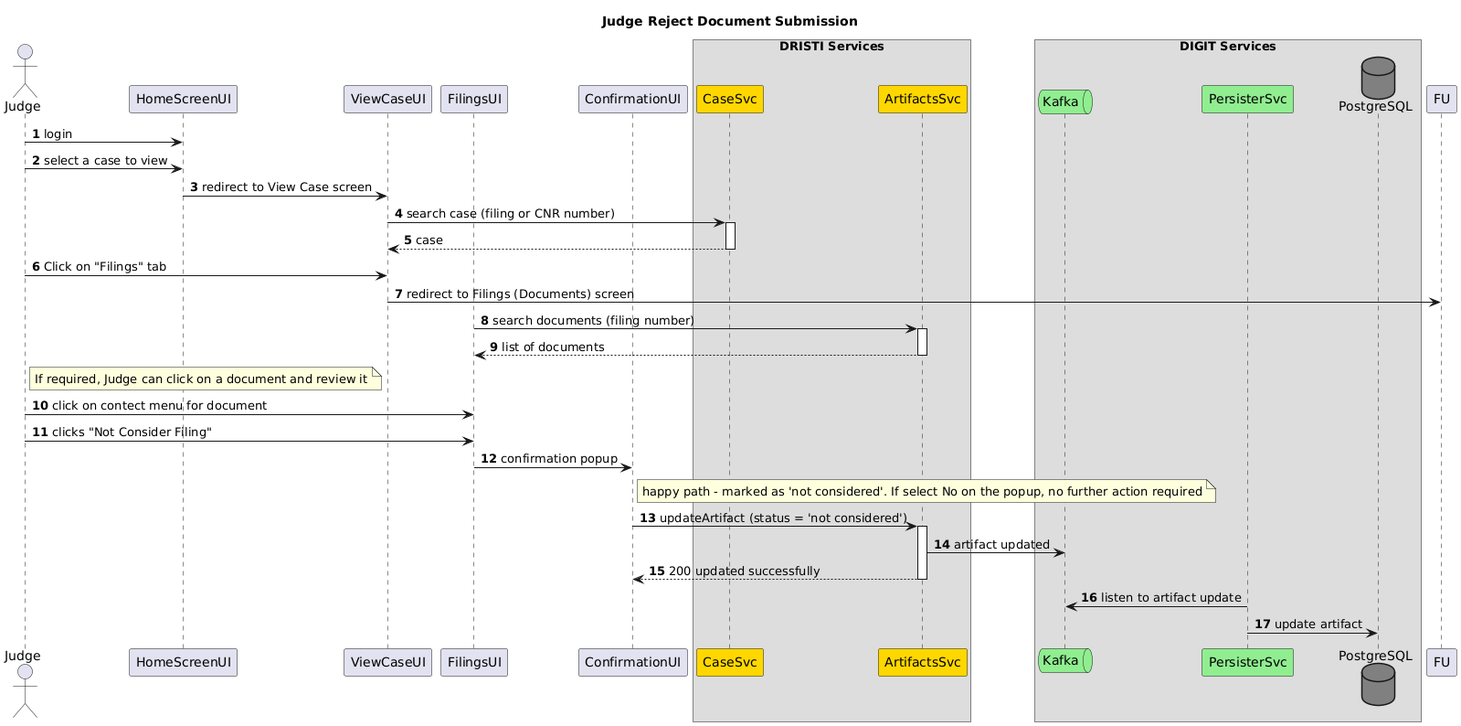
The PlantUML diagram docs/UI_Sequence_Diagrams/DocumentSubmission/Diagrams/Judge_Reject_Document_Submission.png in pucardotorg/dristi, before a commit. The source it was exported from:
```plantuml
@startuml
autonumber
skinparam responseMessageBelowArrow true
title "Judge Reject Document Submission"

actor Judge as J
participant HomeScreenUI as HU
participant ViewCaseUI as VU
participant FilingsUI as AU
participant ConfirmationUI as CRU

box DRISTI Services
participant CaseSvc as CS #gold
participant ArtifactsSvc as AS #gold
end box

box DIGIT Services
queue Kafka as K #lightgreen
participant PersisterSvc as P #lightgreen
Database PostgreSQL as DB #gray
end box

J->HU: login
J->HU: select a case to view
HU->VU: redirect to View Case screen
VU->CS++: search case (filing or CNR number)
return case
J->VU: Click on "Filings" tab
VU->FU: redirect to Filings (Documents) screen
AU->AS++: search documents (filing number)
return list of documents
note right of J: If required, Judge can click on a document and review it
J->AU: click on contect menu for document
J->AU: clicks "Not Consider Filing"
AU->CRU: confirmation popup
note right of CRU: happy path - marked as 'not considered'. If select No on the popup, no further action required

CRU->AS++: updateArtifact (status = 'not considered')
AS->K: artifact updated
return 200 updated successfully
P->K: listen to artifact update
P->DB: update artifact
@enduml
```
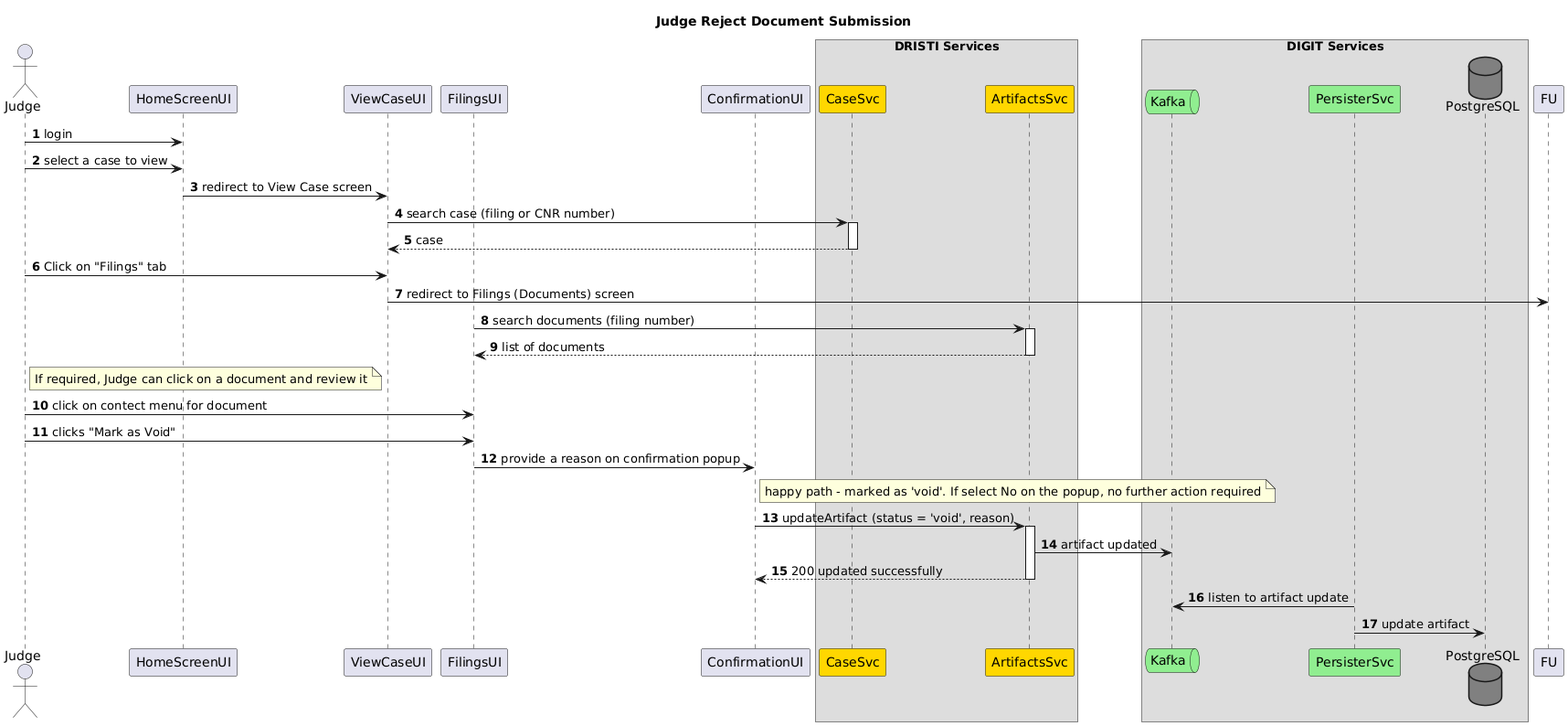
The same diagram one commit later.

Commit message:
document submission related updates  (#1259)

Diff of the diagram source:
```diff
@@ -31,11 +31,11 @@
 return list of documents
 note right of J: If required, Judge can click on a document and review it
 J->AU: click on contect menu for document
-J->AU: clicks "Not Consider Filing"
-AU->CRU: confirmation popup
-note right of CRU: happy path - marked as 'not considered'. If select No on the popup, no further action required
+J->AU: clicks "Mark as Void"
+AU->CRU: provide a reason on confirmation popup
+note right of CRU: happy path - marked as 'void'. If select No on the popup, no further action required
 
-CRU->AS++: updateArtifact (status = 'not considered')
+CRU->AS++: updateArtifact (status = 'void', reason)
 AS->K: artifact updated
 return 200 updated successfully
 P->K: listen to artifact update
```
